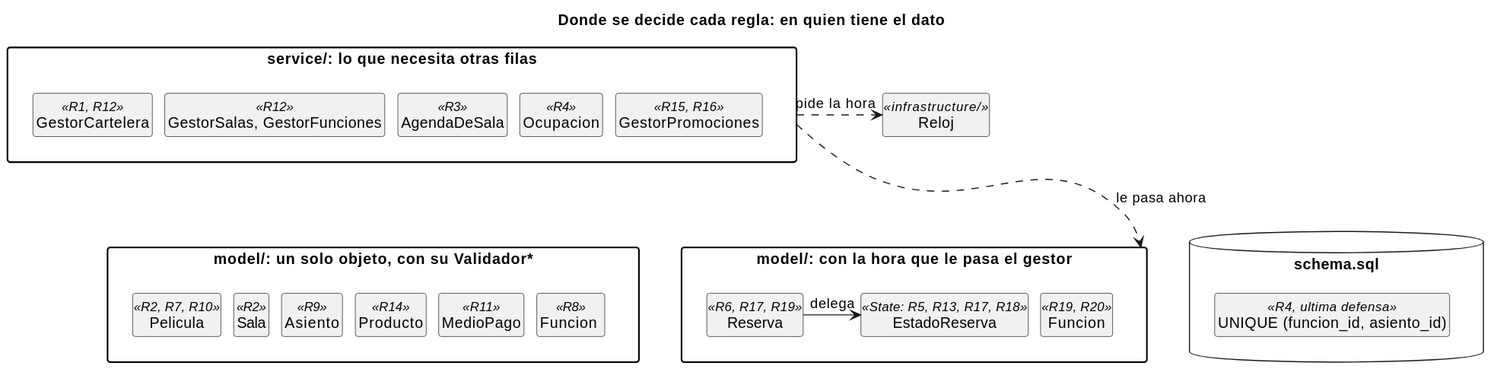
Above: _other/docs/diagramas/reglas-donde-viven.svg in andreiveisuade/cine-uade (PlantUML), before the change. Its diagram source:
```plantuml
@startuml
title Donde se decide cada regla: en quien tiene el dato

skinparam classAttributeIconSize 0
skinparam packageStyle rectangle
skinparam nodesep 12
skinparam ranksep 36
hide empty members
hide circle


class Reloj <<infrastructure/>>

package "service/: lo que necesita otras filas" as srv {
  class GestorCartelera <<R1, R12>>
  class "GestorSalas, GestorFunciones" as Bajas <<R12>>
  class AgendaDeSala <<R3>>
  class Ocupacion <<R4>>
  class GestorPromociones <<R15, R16>>
}

package "model/: con la hora que le pasa el gestor" as hora {
  class Funcion <<R19, R20>>
  class Reserva <<R6, R17, R19>>
  class EstadoReserva <<State: R5, R13, R17, R18>>
}

package "model/: un solo objeto, con su Validador*" as datos {
  class Pelicula <<R2, R7, R10>>
  class Sala <<R2>>
  class Asiento <<R9>>
  class "Funcion " as FuncionDatos <<R8>>
  class Producto <<R14>>
  class MedioPago <<R11>>
}

database "schema.sql" as db {
  class "UNIQUE (funcion_id, asiento_id)" as Unico <<R4, ultima defensa>>
}

Reloj <.left. srv : pide la hora
srv ..> hora : le pasa ahora
Reserva -right-> EstadoReserva : delega
srv -[hidden]down-> datos
datos -[hidden]right-> hora
hora -[hidden]right-> db
Pelicula -[hidden]right-> Sala
Sala -[hidden]right-> Asiento
Producto -[hidden]right-> MedioPago
GestorCartelera -[hidden]right-> Bajas
AgendaDeSala -[hidden]right-> Ocupacion
Ocupacion -[hidden]right-> GestorPromociones
@enduml
```
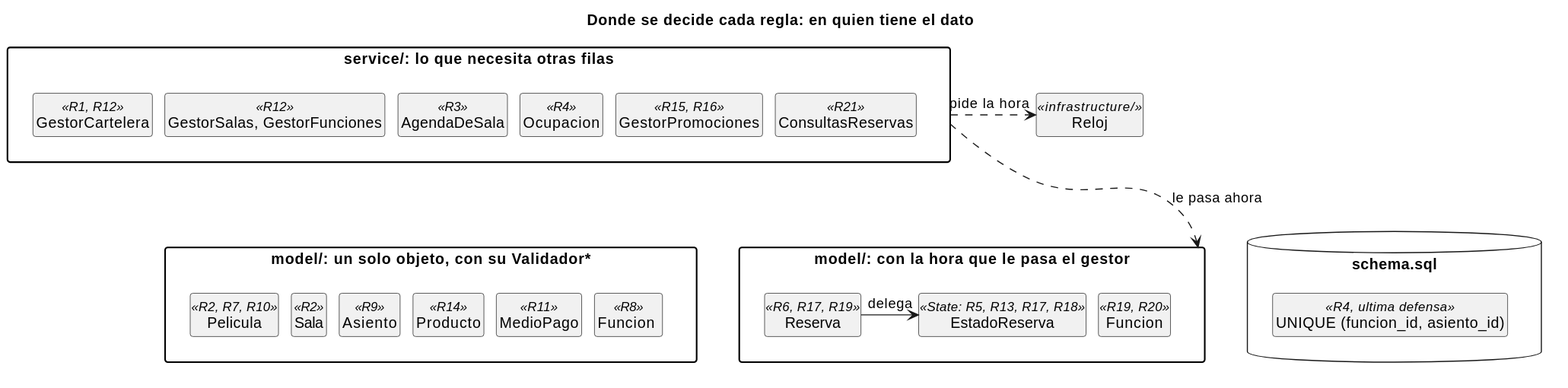
The same diagram one commit later.

Commit message:
docs(diagramas): r21 en donde se decide cada regla

The edit, as a diff of the source:
```diff
@@ -17,6 +17,7 @@
   class AgendaDeSala <<R3>>
   class Ocupacion <<R4>>
   class GestorPromociones <<R15, R16>>
+  class ConsultasReservas <<R21>>
 }
 
 package "model/: con la hora que le pasa el gestor" as hora {
@@ -50,4 +51,5 @@
 GestorCartelera -[hidden]right-> Bajas
 AgendaDeSala -[hidden]right-> Ocupacion
 Ocupacion -[hidden]right-> GestorPromociones
+GestorPromociones -[hidden]right-> ConsultasReservas
 @enduml
```
